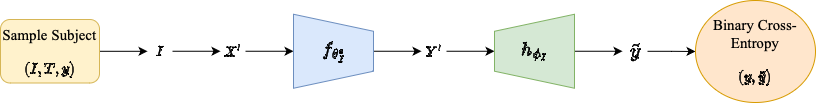
Above: fine-tuning.drawio.png in Vivano/amal-project (draw.io), before the change. Source tidied: cells renumbered, new cells last; positions are measured from the earlier drawing's top-left corner, leaving out a move shared by most shapes.
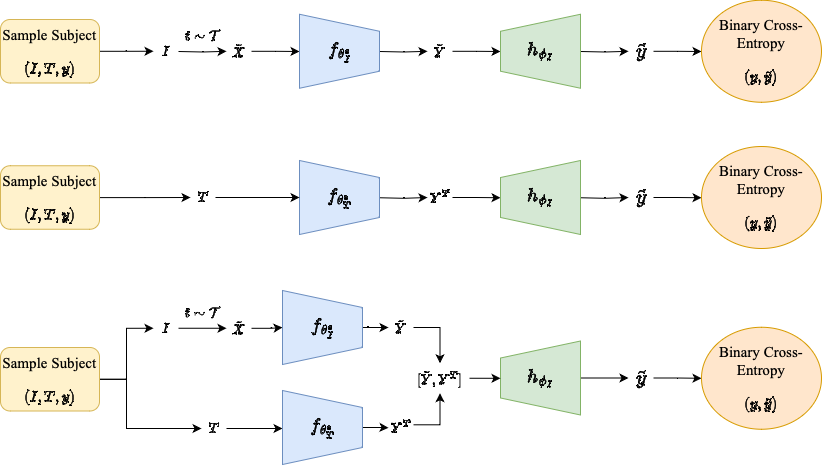
After the commit.

Commit message:
Mettre à jour fine-tuning.drawio.png

What changed in the source:
```diff
@@ -2,50 +2,205 @@
   <root>
     <mxCell id="0" />
     <mxCell id="1" parent="0" />
-    <mxCell id="2" style="edgeStyle=orthogonalEdgeStyle;rounded=0;jettySize=auto;html=1;" parent="1" edge="1" source="3" target="5">
-      <mxGeometry relative="1" as="geometry" />
-    </mxCell>
-    <mxCell id="3" value="Sample Subject $$(I,T,y)$$" style="text;html=1;align=center;verticalAlign=top;whiteSpace=wrap;rounded=1;fontSize=15;fontFamily=Times New Roman;strokeColor=#d6b656;fillColor=#fff2cc;" parent="1" vertex="1">
-      <mxGeometry y="19" width="99" height="63.5" as="geometry" />
-    </mxCell>
     <mxCell id="4" style="edgeStyle=orthogonalEdgeStyle;rounded=0;jettySize=auto;html=1;" parent="1" edge="1" source="5" target="7">
       <mxGeometry relative="1" as="geometry" />
     </mxCell>
     <mxCell id="5" value="$$I$$" style="text;html=1;strokeColor=none;fillColor=none;align=center;verticalAlign=middle;whiteSpace=wrap;rounded=0;" parent="1" vertex="1">
-      <mxGeometry x="147" y="35.8" width="25" height="30" as="geometry" />
+      <mxGeometry x="147" y="170.8" width="25" height="30" as="geometry" />
     </mxCell>
     <mxCell id="6" style="edgeStyle=orthogonalEdgeStyle;rounded=0;jettySize=auto;html=1;" parent="1" edge="1" source="7" target="9">
       <mxGeometry relative="1" as="geometry" />
     </mxCell>
-    <mxCell id="7" value="$$X'$$" style="text;html=1;strokeColor=none;fillColor=none;align=center;verticalAlign=middle;whiteSpace=wrap;rounded=0;" parent="1" vertex="1">
-      <mxGeometry x="220" y="35.8" width="25" height="30" as="geometry" />
+    <mxCell id="7" value="$$\tilde{X}$$" style="text;html=1;strokeColor=none;fillColor=none;align=center;verticalAlign=middle;whiteSpace=wrap;rounded=0;" parent="1" vertex="1">
+      <mxGeometry x="220" y="170.8" width="25" height="30" as="geometry" />
     </mxCell>
     <mxCell id="8" style="edgeStyle=orthogonalEdgeStyle;rounded=0;jettySize=auto;html=1;" parent="1" edge="1" source="9" target="11">
       <mxGeometry relative="1" as="geometry" />
     </mxCell>
     <mxCell id="9" value="&lt;span style=&quot;font-size: 16px;&quot;&gt;$$f_{\theta_I^*}$$&lt;/span&gt;" style="verticalLabelPosition=middle;verticalAlign=middle;html=1;shape=trapezoid;perimeter=trapezoidPerimeter;whiteSpace=wrap;size=0.23;arcSize=10;flipV=1;labelPosition=center;align=center;labelBackgroundColor=none;fillColor=#dae8fc;labelBorderColor=none;strokeColor=#6c8ebf;direction=south;fontSize=16;" parent="1" vertex="1">
-      <mxGeometry x="293" y="13.8" width="80" height="74" as="geometry" />
+      <mxGeometry x="276" y="148" width="80" height="74" as="geometry" />
     </mxCell>
-    <mxCell id="10" style="edgeStyle=orthogonalEdgeStyle;rounded=0;jettySize=auto;html=1;" parent="1" edge="1" source="11" target="13">
-      <mxGeometry relative="1" as="geometry" />
-    </mxCell>
+    <mxCell id="17" style="edgeStyle=orthogonalEdgeStyle;rounded=0;jettySize=auto;html=1;entryX=0.5;entryY=0;entryDx=0;entryDy=0;" parent="1" edge="1" source="11" target="45">
+      <mxGeometry relative="1" as="geometry">
+        <Array as="points">
+          <mxPoint x="434" y="185.2" />
+        </Array>
+      </mxGeometry>
+    </mxCell>
-    <mxCell id="11" value="$$Y'$$" style="text;html=1;strokeColor=none;fillColor=none;align=center;verticalAlign=middle;whiteSpace=wrap;rounded=0;" parent="1" vertex="1">
-      <mxGeometry x="421" y="35.8" width="25" height="30" as="geometry" />
+    <mxCell id="11" value="$$\tilde{Y}$$" style="text;html=1;strokeColor=none;fillColor=none;align=center;verticalAlign=middle;whiteSpace=wrap;rounded=0;" parent="1" vertex="1">
+      <mxGeometry x="382" y="170" width="25" height="30" as="geometry" />
     </mxCell>
     <mxCell id="12" style="edgeStyle=orthogonalEdgeStyle;rounded=0;jettySize=auto;html=1;" parent="1" edge="1" source="13" target="15">
       <mxGeometry relative="1" as="geometry" />
     </mxCell>
     <mxCell id="13" value="&lt;font style=&quot;font-size: 16px;&quot;&gt;$$h_{\phi_I}$$&lt;/font&gt;" style="verticalLabelPosition=middle;verticalAlign=middle;html=1;shape=trapezoid;perimeter=trapezoidPerimeter;whiteSpace=wrap;size=0.23;arcSize=10;flipV=1;labelPosition=center;align=center;labelBackgroundColor=none;fillColor=#d5e8d4;labelBorderColor=none;strokeColor=#82b366;direction=south;fontSize=16;flipH=1;" parent="1" vertex="1">
-      <mxGeometry x="494" y="13.8" width="80" height="74" as="geometry" />
+      <mxGeometry x="494" y="198.5" width="80" height="74" as="geometry" />
     </mxCell>
     <mxCell id="14" style="edgeStyle=orthogonalEdgeStyle;rounded=0;jettySize=auto;html=1;" parent="1" edge="1" source="15" target="16">
       <mxGeometry relative="1" as="geometry" />
     </mxCell>
     <mxCell id="15" value="$$\tilde{y}$$" style="text;html=1;strokeColor=none;fillColor=none;align=center;verticalAlign=middle;whiteSpace=wrap;rounded=0;fontSize=17;" parent="1" vertex="1">
-      <mxGeometry x="622" y="35.8" width="25" height="30" as="geometry" />
+      <mxGeometry x="622" y="220.5" width="25" height="30" as="geometry" />
     </mxCell>
     <mxCell id="16" value="Binary Cross-Entropy&lt;br style=&quot;font-size: 15px;&quot;&gt;$$(y,\tilde{y})$$" style="ellipse;whiteSpace=wrap;html=1;fontSize=15;verticalAlign=bottom;fontFamily=Times New Roman;labelPosition=center;verticalLabelPosition=middle;align=center;fillColor=#ffe6cc;strokeColor=#d79b00;" parent="1" vertex="1">
-      <mxGeometry x="695" width="120" height="102" as="geometry" />
+      <mxGeometry x="695" y="184.8" width="120" height="102" as="geometry" />
     </mxCell>
+    <mxCell id="18" style="edgeStyle=orthogonalEdgeStyle;rounded=0;jettySize=auto;html=1;entryX=0;entryY=0.5;entryDx=0;entryDy=0;" parent="1" edge="1" source="20" target="5">
+      <mxGeometry relative="1" as="geometry" />
+    </mxCell>
+    <mxCell id="19" style="edgeStyle=orthogonalEdgeStyle;rounded=0;jettySize=auto;html=1;entryX=0;entryY=0.5;entryDx=0;entryDy=0;" parent="1" edge="1" source="20" target="22">
+      <mxGeometry relative="1" as="geometry">
+        <Array as="points">
+          <mxPoint x="120" y="237" />
+          <mxPoint x="120" y="286" />
+        </Array>
+      </mxGeometry>
+    </mxCell>
+    <mxCell id="20" value="Sample Subject $$(I,T,y)$$" style="text;html=1;align=center;verticalAlign=top;whiteSpace=wrap;rounded=1;fontSize=15;fontFamily=Times New Roman;strokeColor=#d6b656;fillColor=#fff2cc;" parent="1" vertex="1">
+      <mxGeometry x="-6" y="205" width="99" height="63.5" as="geometry" />
+    </mxCell>
+    <mxCell id="21" style="edgeStyle=orthogonalEdgeStyle;rounded=0;jettySize=auto;html=1;exitX=1;exitY=0.5;exitDx=0;exitDy=0;" parent="1" edge="1" source="22" target="24">
+      <mxGeometry relative="1" as="geometry">
+        <Array as="points">
+          <mxPoint x="279" y="286" />
+          <mxPoint x="279" y="286" />
+        </Array>
+      </mxGeometry>
+    </mxCell>
+    <mxCell id="22" value="$$T$$" style="text;html=1;strokeColor=none;fillColor=none;align=center;verticalAlign=middle;whiteSpace=wrap;rounded=0;" parent="1" vertex="1">
+      <mxGeometry x="195" y="271" width="25" height="30" as="geometry" />
+    </mxCell>
+    <mxCell id="23" style="edgeStyle=orthogonalEdgeStyle;rounded=0;jettySize=auto;html=1;" parent="1" edge="1" source="24" target="26">
+      <mxGeometry relative="1" as="geometry" />
+    </mxCell>
+    <mxCell id="24" value="&lt;span style=&quot;font-size: 16px;&quot;&gt;$$f_{\theta_T^*}$$&lt;/span&gt;" style="verticalLabelPosition=middle;verticalAlign=middle;html=1;shape=trapezoid;perimeter=trapezoidPerimeter;whiteSpace=wrap;size=0.23;arcSize=10;flipV=1;labelPosition=center;align=center;labelBackgroundColor=none;fillColor=#dae8fc;labelBorderColor=none;strokeColor=#6c8ebf;direction=south;fontSize=16;" parent="1" vertex="1">
+      <mxGeometry x="276" y="248" width="80" height="74" as="geometry" />
+    </mxCell>
+    <mxCell id="25" style="edgeStyle=orthogonalEdgeStyle;rounded=0;jettySize=auto;html=1;entryX=0.5;entryY=1;entryDx=0;entryDy=0;" parent="1" edge="1" source="26" target="45">
+      <mxGeometry relative="1" as="geometry">
+        <Array as="points">
+          <mxPoint x="434" y="282.2" />
+        </Array>
+      </mxGeometry>
+    </mxCell>
+    <mxCell id="26" value="$$Y^T$$" style="text;html=1;strokeColor=none;fillColor=none;align=center;verticalAlign=middle;whiteSpace=wrap;rounded=0;" parent="1" vertex="1">
+      <mxGeometry x="382" y="270.2" width="25" height="30" as="geometry" />
+    </mxCell>
+    <mxCell id="27" value="$$t\sim\mathcal{T}$$" style="text;html=1;strokeColor=none;fillColor=none;align=center;verticalAlign=middle;whiteSpace=wrap;rounded=0;" parent="1" vertex="1">
+      <mxGeometry x="184" y="156" width="25" height="30" as="geometry" />
+    </mxCell>
+    <mxCell id="28" style="edgeStyle=orthogonalEdgeStyle;rounded=0;jettySize=auto;html=1;" parent="1" edge="1" target="30">
+      <mxGeometry relative="1" as="geometry">
+        <mxPoint x="172" y="-91" as="sourcePoint" />
+      </mxGeometry>
+    </mxCell>
+    <mxCell id="29" style="edgeStyle=orthogonalEdgeStyle;rounded=0;jettySize=auto;html=1;" parent="1" edge="1" source="30">
+      <mxGeometry relative="1" as="geometry">
+        <mxPoint x="293" y="-91" as="targetPoint" />
+      </mxGeometry>
+    </mxCell>
+    <mxCell id="30" value="$$\tilde{X}$$" style="text;html=1;strokeColor=none;fillColor=none;align=center;verticalAlign=middle;whiteSpace=wrap;rounded=0;" parent="1" vertex="1">
+      <mxGeometry x="220" y="-106.2" width="25" height="30" as="geometry" />
+    </mxCell>
+    <mxCell id="31" style="edgeStyle=orthogonalEdgeStyle;rounded=0;jettySize=auto;html=1;" parent="1" edge="1" target="33">
+      <mxGeometry relative="1" as="geometry">
+        <mxPoint x="373" y="-91" as="sourcePoint" />
+      </mxGeometry>
+    </mxCell>
+    <mxCell id="32" style="edgeStyle=orthogonalEdgeStyle;rounded=0;jettySize=auto;html=1;" parent="1" edge="1" source="33">
+      <mxGeometry relative="1" as="geometry">
+        <mxPoint x="494" y="-91" as="targetPoint" />
+      </mxGeometry>
+    </mxCell>
+    <mxCell id="33" value="$$\tilde{Y}$$" style="text;html=1;strokeColor=none;fillColor=none;align=center;verticalAlign=middle;whiteSpace=wrap;rounded=0;" parent="1" vertex="1">
+      <mxGeometry x="421" y="-106.2" width="25" height="30" as="geometry" />
+    </mxCell>
+    <mxCell id="34" style="edgeStyle=orthogonalEdgeStyle;rounded=0;jettySize=auto;html=1;" parent="1" edge="1" target="36">
+      <mxGeometry relative="1" as="geometry">
+        <mxPoint x="574" y="-91" as="sourcePoint" />
+      </mxGeometry>
+    </mxCell>
+    <mxCell id="35" style="edgeStyle=orthogonalEdgeStyle;rounded=0;jettySize=auto;html=1;" parent="1" edge="1" source="36">
+      <mxGeometry relative="1" as="geometry">
+        <mxPoint x="695" y="-91" as="targetPoint" />
+      </mxGeometry>
+    </mxCell>
+    <mxCell id="36" value="$$\tilde{y}$$" style="text;html=1;strokeColor=none;fillColor=none;align=center;verticalAlign=middle;whiteSpace=wrap;rounded=0;fontSize=17;" parent="1" vertex="1">
+      <mxGeometry x="622" y="-106.2" width="25" height="30" as="geometry" />
+    </mxCell>
+    <mxCell id="37" value="$$t\sim\mathcal{T}$$" style="text;html=1;strokeColor=none;fillColor=none;align=center;verticalAlign=middle;whiteSpace=wrap;rounded=0;" parent="1" vertex="1">
+      <mxGeometry x="184" y="-121" width="25" height="30" as="geometry" />
+    </mxCell>
+    <mxCell id="38" value="&lt;span style=&quot;font-size: 16px;&quot;&gt;$$f_{\theta_I^*}$$&lt;/span&gt;" style="verticalLabelPosition=middle;verticalAlign=middle;html=1;shape=trapezoid;perimeter=trapezoidPerimeter;whiteSpace=wrap;size=0.23;arcSize=10;flipV=1;labelPosition=center;align=center;labelBackgroundColor=none;fillColor=#dae8fc;labelBorderColor=none;strokeColor=#6c8ebf;direction=south;fontSize=16;" parent="1" vertex="1">
+      <mxGeometry x="293" y="-128.2" width="80" height="74" as="geometry" />
+    </mxCell>
+    <mxCell id="39" value="&lt;font style=&quot;font-size: 16px;&quot;&gt;$$h_{\phi_I}$$&lt;/font&gt;" style="verticalLabelPosition=middle;verticalAlign=middle;html=1;shape=trapezoid;perimeter=trapezoidPerimeter;whiteSpace=wrap;size=0.23;arcSize=10;flipV=1;labelPosition=center;align=center;labelBackgroundColor=none;fillColor=#d5e8d4;labelBorderColor=none;strokeColor=#82b366;direction=south;fontSize=16;flipH=1;" parent="1" vertex="1">
+      <mxGeometry x="494" y="-128.2" width="80" height="74" as="geometry" />
+    </mxCell>
+    <mxCell id="40" value="Binary Cross-Entropy&lt;br style=&quot;font-size: 15px;&quot;&gt;$$(y,\tilde{y})$$" style="ellipse;whiteSpace=wrap;html=1;fontSize=15;verticalAlign=bottom;fontFamily=Times New Roman;labelPosition=center;verticalLabelPosition=middle;align=center;fillColor=#ffe6cc;strokeColor=#d79b00;" parent="1" vertex="1">
+      <mxGeometry x="695" y="-142.2" width="120" height="102" as="geometry" />
+    </mxCell>
+    <mxCell id="41" style="edgeStyle=orthogonalEdgeStyle;rounded=0;jettySize=auto;html=1;entryX=0;entryY=0.5;entryDx=0;entryDy=0;" parent="1" edge="1" source="42" target="43">
+      <mxGeometry relative="1" as="geometry" />
+    </mxCell>
+    <mxCell id="42" value="Sample Subject $$(I,T,y)$$" style="text;html=1;align=center;verticalAlign=top;whiteSpace=wrap;rounded=1;fontSize=15;fontFamily=Times New Roman;strokeColor=#d6b656;fillColor=#fff2cc;" parent="1" vertex="1">
+      <mxGeometry x="-6" y="-123" width="99" height="63.5" as="geometry" />
+    </mxCell>
+    <mxCell id="43" value="$$I$$" style="text;html=1;strokeColor=none;fillColor=none;align=center;verticalAlign=middle;whiteSpace=wrap;rounded=0;" parent="1" vertex="1">
+      <mxGeometry x="147" y="-106.2" width="25" height="30" as="geometry" />
+    </mxCell>
+    <mxCell id="44" style="edgeStyle=orthogonalEdgeStyle;rounded=0;jettySize=auto;html=1;exitX=1;exitY=0.5;exitDx=0;exitDy=0;entryX=0.5;entryY=1;entryDx=0;entryDy=0;" parent="1" edge="1" source="45" target="13">
+      <mxGeometry relative="1" as="geometry" />
+    </mxCell>
+    <mxCell id="45" value="$$[\tilde{Y},Y^T]$$" style="text;html=1;strokeColor=none;fillColor=none;align=center;verticalAlign=middle;whiteSpace=wrap;rounded=0;" parent="1" vertex="1">
+      <mxGeometry x="404" y="220.8" width="59" height="30" as="geometry" />
+    </mxCell>
+    <mxCell id="46" style="edgeStyle=orthogonalEdgeStyle;rounded=0;jettySize=auto;html=1;" parent="1" edge="1" target="48">
+      <mxGeometry relative="1" as="geometry">
+        <mxPoint x="373" y="55.2" as="sourcePoint" />
+      </mxGeometry>
+    </mxCell>
+    <mxCell id="47" style="edgeStyle=orthogonalEdgeStyle;rounded=0;jettySize=auto;html=1;" parent="1" edge="1" source="48">
+      <mxGeometry relative="1" as="geometry">
+        <mxPoint x="494" y="55.2" as="targetPoint" />
+      </mxGeometry>
+    </mxCell>
+    <mxCell id="48" value="$$Y^T$$" style="text;html=1;strokeColor=none;fillColor=none;align=center;verticalAlign=middle;whiteSpace=wrap;rounded=0;" parent="1" vertex="1">
+      <mxGeometry x="421" y="40" width="25" height="30" as="geometry" />
+    </mxCell>
+    <mxCell id="49" style="edgeStyle=orthogonalEdgeStyle;rounded=0;jettySize=auto;html=1;" parent="1" edge="1" target="51">
+      <mxGeometry relative="1" as="geometry">
+        <mxPoint x="574" y="55.2" as="sourcePoint" />
+      </mxGeometry>
+    </mxCell>
+    <mxCell id="50" style="edgeStyle=orthogonalEdgeStyle;rounded=0;jettySize=auto;html=1;" parent="1" edge="1" source="51">
+      <mxGeometry relative="1" as="geometry">
+        <mxPoint x="695" y="55.2" as="targetPoint" />
+      </mxGeometry>
+    </mxCell>
+    <mxCell id="51" value="$$\tilde{y}$$" style="text;html=1;strokeColor=none;fillColor=none;align=center;verticalAlign=middle;whiteSpace=wrap;rounded=0;fontSize=17;" parent="1" vertex="1">
+      <mxGeometry x="622" y="40" width="25" height="30" as="geometry" />
+    </mxCell>
+    <mxCell id="52" value="&lt;span style=&quot;font-size: 16px;&quot;&gt;$$f_{\theta_T^*}$$&lt;/span&gt;" style="verticalLabelPosition=middle;verticalAlign=middle;html=1;shape=trapezoid;perimeter=trapezoidPerimeter;whiteSpace=wrap;size=0.23;arcSize=10;flipV=1;labelPosition=center;align=center;labelBackgroundColor=none;fillColor=#dae8fc;labelBorderColor=none;strokeColor=#6c8ebf;direction=south;fontSize=16;" parent="1" vertex="1">
+      <mxGeometry x="293" y="18" width="80" height="74" as="geometry" />
+    </mxCell>
+    <mxCell id="53" value="&lt;font style=&quot;font-size: 16px;&quot;&gt;$$h_{\phi_I}$$&lt;/font&gt;" style="verticalLabelPosition=middle;verticalAlign=middle;html=1;shape=trapezoid;perimeter=trapezoidPerimeter;whiteSpace=wrap;size=0.23;arcSize=10;flipV=1;labelPosition=center;align=center;labelBackgroundColor=none;fillColor=#d5e8d4;labelBorderColor=none;strokeColor=#82b366;direction=south;fontSize=16;flipH=1;" parent="1" vertex="1">
+      <mxGeometry x="494" y="18" width="80" height="74" as="geometry" />
+    </mxCell>
+    <mxCell id="54" value="Binary Cross-Entropy&lt;br style=&quot;font-size: 15px;&quot;&gt;$$(y,\tilde{y})$$" style="ellipse;whiteSpace=wrap;html=1;fontSize=15;verticalAlign=bottom;fontFamily=Times New Roman;labelPosition=center;verticalLabelPosition=middle;align=center;fillColor=#ffe6cc;strokeColor=#d79b00;" parent="1" vertex="1">
+      <mxGeometry x="695" y="4" width="120" height="102" as="geometry" />
+    </mxCell>
+    <mxCell id="55" style="edgeStyle=orthogonalEdgeStyle;rounded=0;jettySize=auto;html=1;entryX=0;entryY=0.5;entryDx=0;entryDy=0;" parent="1" edge="1" source="56" target="58">
+      <mxGeometry relative="1" as="geometry" />
+    </mxCell>
+    <mxCell id="56" value="Sample Subject $$(I,T,y)$$" style="text;html=1;align=center;verticalAlign=top;whiteSpace=wrap;rounded=1;fontSize=15;fontFamily=Times New Roman;strokeColor=#d6b656;fillColor=#fff2cc;" parent="1" vertex="1">
+      <mxGeometry x="-6" y="23.2" width="99" height="63.5" as="geometry" />
+    </mxCell>
+    <mxCell id="57" style="edgeStyle=orthogonalEdgeStyle;rounded=0;jettySize=auto;html=1;entryX=0.5;entryY=1;entryDx=0;entryDy=0;" parent="1" edge="1" source="58" target="52">
+      <mxGeometry relative="1" as="geometry" />
+    </mxCell>
+    <mxCell id="58" value="$$T$$" style="text;html=1;strokeColor=none;fillColor=none;align=center;verticalAlign=middle;whiteSpace=wrap;rounded=0;" parent="1" vertex="1">
+      <mxGeometry x="184" y="40" width="25" height="30" as="geometry" />
+    </mxCell>
   </root>
 </mxGraphModel>
```
